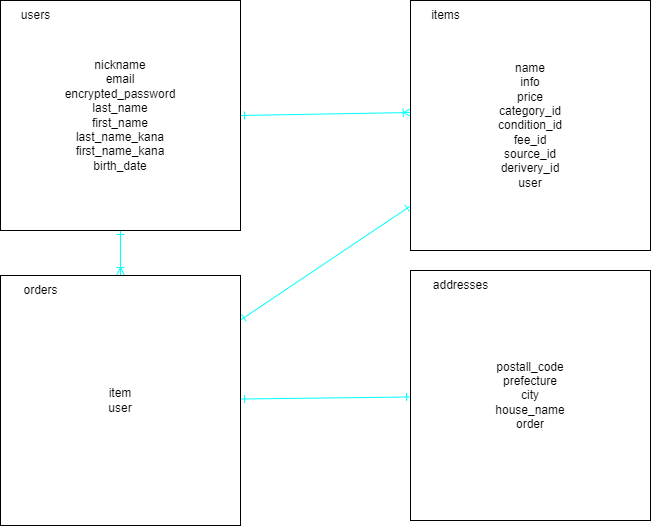
This is test.png from toto0725/furima-39672, a draw.io export, as it was before one commit. Source tidied: cells renumbered, new cells last; positions are measured from the earlier drawing's top-left corner, leaving out a move shared by most shapes.
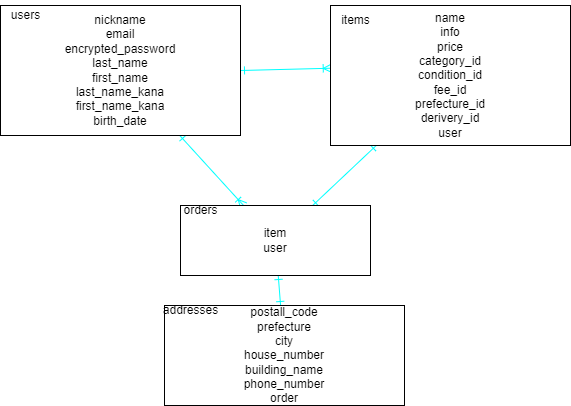
After the commit.

The edit, as a diff of the source:
```diff
@@ -9,34 +9,34 @@
       <mxGeometry relative="1" as="geometry" />
     </mxCell>
     <mxCell id="4" value="nickname&lt;br&gt;email&lt;br&gt;encrypted_password&lt;br&gt;last_name&lt;br&gt;first_name&lt;br&gt;last_name_kana&lt;br&gt;first_name_kana&lt;br&gt;birth_date" style="rounded=0;whiteSpace=wrap;html=1;" parent="1" vertex="1">
-      <mxGeometry width="240" height="230" as="geometry" />
+      <mxGeometry x="20" width="240" height="130" as="geometry" />
     </mxCell>
     <mxCell id="5" style="edgeStyle=none;html=1;startArrow=ERone;startFill=0;endArrow=ERone;endFill=0;strokeColor=#00FFFF;" parent="1" edge="1" source="6" target="9">
       <mxGeometry relative="1" as="geometry" />
     </mxCell>
-    <mxCell id="6" value="name&lt;br&gt;info&lt;br&gt;price&lt;br&gt;category_id&lt;br&gt;condition_id&lt;br&gt;fee_id&lt;br&gt;source_id&lt;br&gt;derivery_id&lt;br&gt;user" style="rounded=0;whiteSpace=wrap;html=1;" parent="1" vertex="1">
-      <mxGeometry x="410" width="240" height="250" as="geometry" />
+    <mxCell id="6" value="name&lt;br&gt;info&lt;br&gt;price&lt;br&gt;category_id&lt;br&gt;condition_id&lt;br&gt;fee_id&lt;br&gt;prefecture_id&lt;br&gt;derivery_id&lt;br&gt;user" style="rounded=0;whiteSpace=wrap;html=1;" parent="1" vertex="1">
+      <mxGeometry x="350" width="240" height="140" as="geometry" />
     </mxCell>
     <mxCell id="7" style="edgeStyle=none;html=1;startArrow=ERone;startFill=0;endArrow=ERone;endFill=0;strokeColor=#00FFFF;" parent="1" edge="1" source="8" target="9">
       <mxGeometry relative="1" as="geometry" />
     </mxCell>
-    <mxCell id="8" value="postall_code&lt;br&gt;prefecture&lt;br&gt;city&lt;br&gt;house_name&lt;br&gt;order" style="rounded=0;whiteSpace=wrap;html=1;" parent="1" vertex="1">
-      <mxGeometry x="410" y="270" width="240" height="250" as="geometry" />
+    <mxCell id="8" value="postall_code&lt;br&gt;prefecture&lt;br&gt;city&lt;br&gt;house_number&lt;br&gt;building_name&lt;br&gt;phone_number&lt;br&gt;order" style="rounded=0;whiteSpace=wrap;html=1;" parent="1" vertex="1">
+      <mxGeometry x="184" y="300" width="240" height="100" as="geometry" />
     </mxCell>
     <mxCell id="9" value="item&lt;br&gt;user" style="rounded=0;whiteSpace=wrap;html=1;" parent="1" vertex="1">
-      <mxGeometry y="275" width="240" height="250" as="geometry" />
+      <mxGeometry x="200" y="200" width="190" height="70" as="geometry" />
     </mxCell>
     <mxCell id="10" value="users" style="text;html=1;align=center;verticalAlign=middle;strokeColor=none;fillColor=none;" parent="1" vertex="1">
-      <mxGeometry x="10" width="50" height="30" as="geometry" />
+      <mxGeometry x="20" y="-5" width="50" height="30" as="geometry" />
     </mxCell>
     <mxCell id="11" value="items" style="text;html=1;align=center;verticalAlign=middle;strokeColor=none;fillColor=none;" parent="1" vertex="1">
-      <mxGeometry x="420" width="50" height="30" as="geometry" />
+      <mxGeometry x="350" width="50" height="30" as="geometry" />
     </mxCell>
     <mxCell id="12" value="orders" style="text;html=1;align=center;verticalAlign=middle;strokeColor=none;fillColor=none;" parent="1" vertex="1">
-      <mxGeometry x="10" y="275" width="60" height="30" as="geometry" />
+      <mxGeometry x="190" y="190" width="60" height="30" as="geometry" />
     </mxCell>
     <mxCell id="13" value="addresses" style="text;html=1;align=center;verticalAlign=middle;strokeColor=none;fillColor=none;" parent="1" vertex="1">
-      <mxGeometry x="420" y="270" width="80" height="30" as="geometry" />
+      <mxGeometry x="170" y="290" width="80" height="30" as="geometry" />
     </mxCell>
   </root>
 </mxGraphModel>
```
